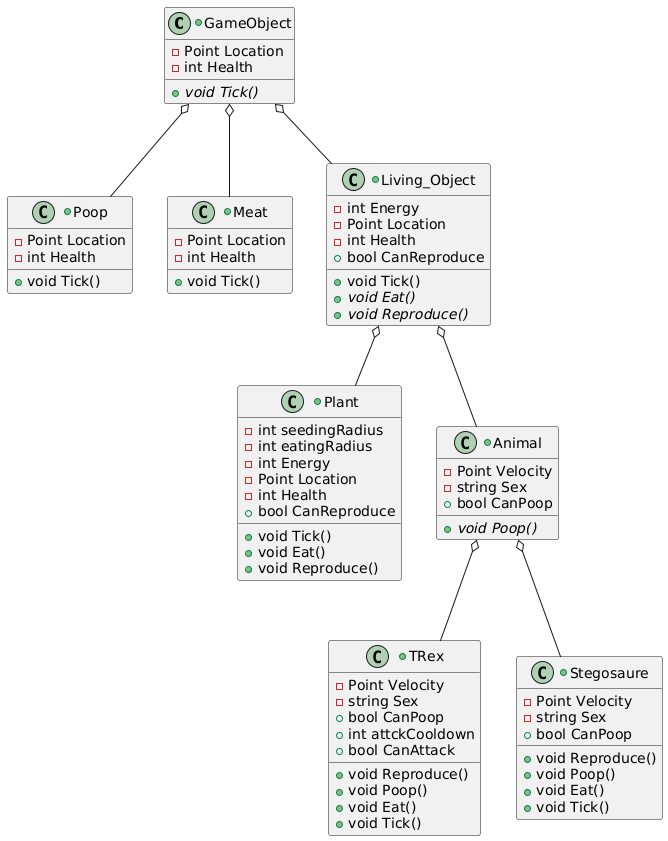
Before: Rapport/ClassDiagram.png, a diagram exported from PlantUML (InstalleJerome/GameOfLife).
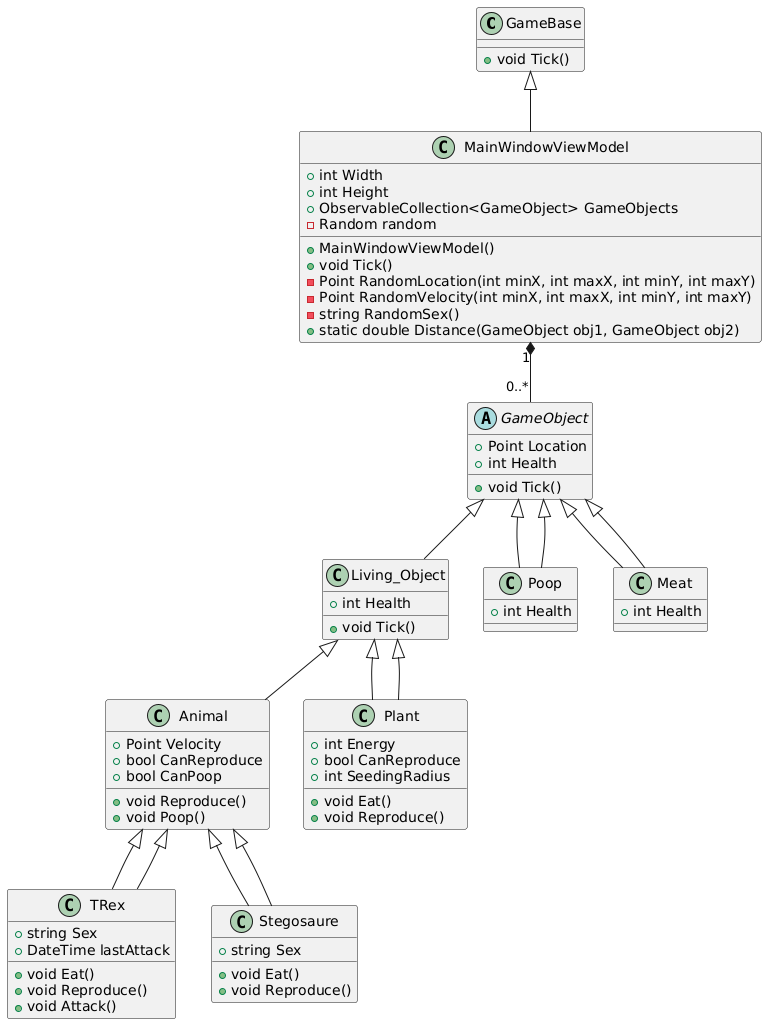
After the commit.

Commit message:
Correct Class Diagram

What changed in the source:
```diff
@@ -1,70 +1,76 @@
 @startuml
-+class GameObject{
-- Point Location
-- int Health
-+ {abstract} void Tick()
+class GameBase {
+    + void Tick()
 }
-+class Poop{
-- Point Location
-- int Health
-+ void Tick()
+
+abstract class GameObject {
+    + Point Location
+    + int Health
+    + void Tick()
 }
-+class Meat{
-- Point Location
-- int Health
-+ void Tick()
+
+class Living_Object {
+    + int Health
+    + void Tick()
 }
-+class Living_Object{
-- int Energy
-- Point Location
-- int Health
-+ bool CanReproduce
-+ void Tick()
-+ {abstract} void Eat()
-+ {abstract} void Reproduce()
+
+class Animal {
+    + Point Velocity
+    + bool CanReproduce
+    + bool CanPoop
+    + void Reproduce()
+    + void Poop()
 }
-+class Plant{
-- int seedingRadius
-- int eatingRadius
-- int Energy
-- Point Location
-- int Health
-+ bool CanReproduce
-+ void Tick()
-+ void Eat()
-+ void Reproduce()
+
+class TRex extends Animal {
+    + string Sex
+    + void Eat()
+    + void Reproduce()
+    + void Attack()
+    + DateTime lastAttack
 }
-+class Animal{
-- Point Velocity
-- string Sex
-+ bool CanPoop
-+ {abstract} void Poop()
+
+class Stegosaure extends Animal {
+    + string Sex
+    + void Eat()
+    + void Reproduce()
 }
-+class TRex{
-- Point Velocity
-- string Sex
-+ bool CanPoop
-+ int attckCooldown
-+ bool CanAttack
-+ void Reproduce()
-+ void Poop()
-+ void Eat()
-+ void Tick()
+
+class Plant extends Living_Object {
+    + int Energy
+    + bool CanReproduce
+    + int SeedingRadius
+    + void Eat()
+    + void Reproduce()
 }
-+class Stegosaure{
-- Point Velocity
-- string Sex
-+ bool CanPoop
-+ void Reproduce()
-+ void Poop()
-+ void Eat()
-+ void Tick()
+
+class Poop extends GameObject {
+    + int Health
 }
-GameObject o-- Poop
-GameObject o-- Meat
-GameObject o-- Living_Object
-Living_Object o-- Animal
-Living_Object o-- Plant
-Animal o-- TRex
-Animal o-- Stegosaure
+
+class Meat extends GameObject {
+    + int Health
+}
+
+class MainWindowViewModel extends GameBase {
+    + int Width
+    + int Height
+    + ObservableCollection<GameObject> GameObjects
+    - Random random
+    + MainWindowViewModel()
+    + void Tick()
+    - Point RandomLocation(int minX, int maxX, int minY, int maxY)
+    - Point RandomVelocity(int minX, int maxX, int minY, int maxY)
+    - string RandomSex()
+    + static double Distance(GameObject obj1, GameObject obj2)
+}
+
+MainWindowViewModel "1" *-- "0..*" GameObject
+GameObject <|-- Living_Object
+Living_Object <|-- Animal
+Animal <|-- TRex
+Animal <|-- Stegosaure
+Living_Object <|-- Plant
+GameObject <|-- Poop
+GameObject <|-- Meat
 @enduml
```
